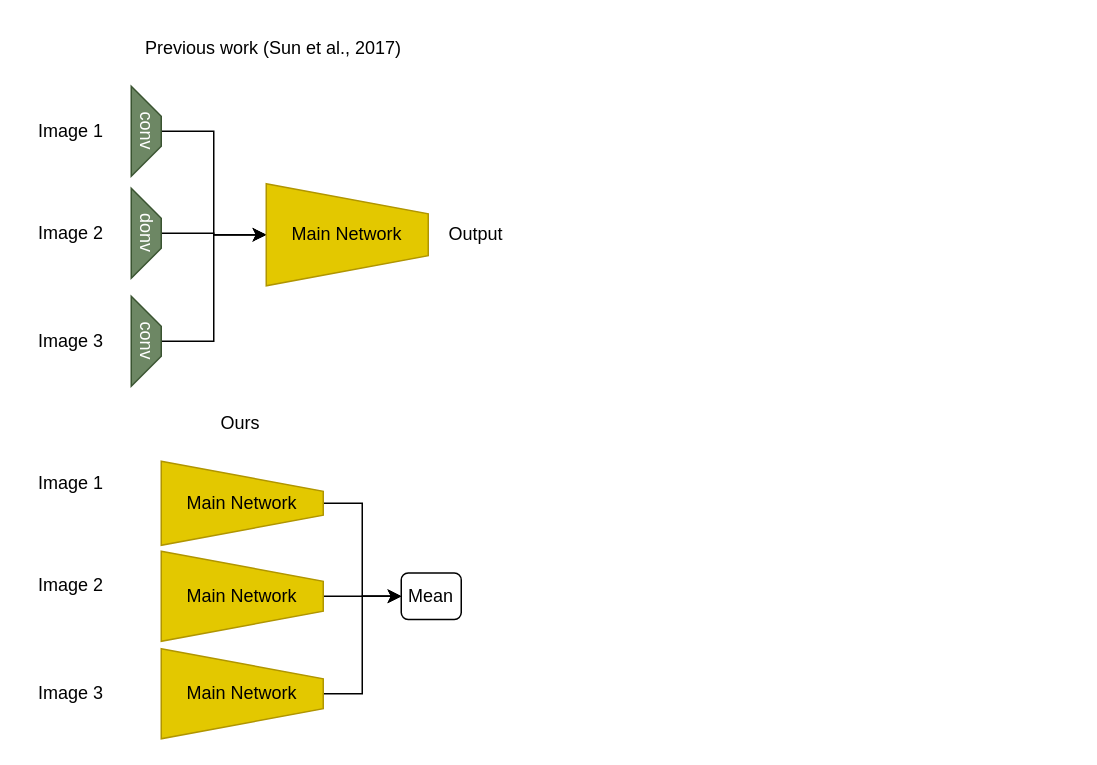
This is mutliimage.drawio from weathon/3d2smile, a draw.io file, before an edit. Source tidied: cells renumbered, new cells numbered last; positions are measured from the earlier drawing's top-left corner, leaving out a move shared by most shapes. Both pictures are drawn from the tidied source at 150%, with x=0, y=0 at pixel (26, 26).
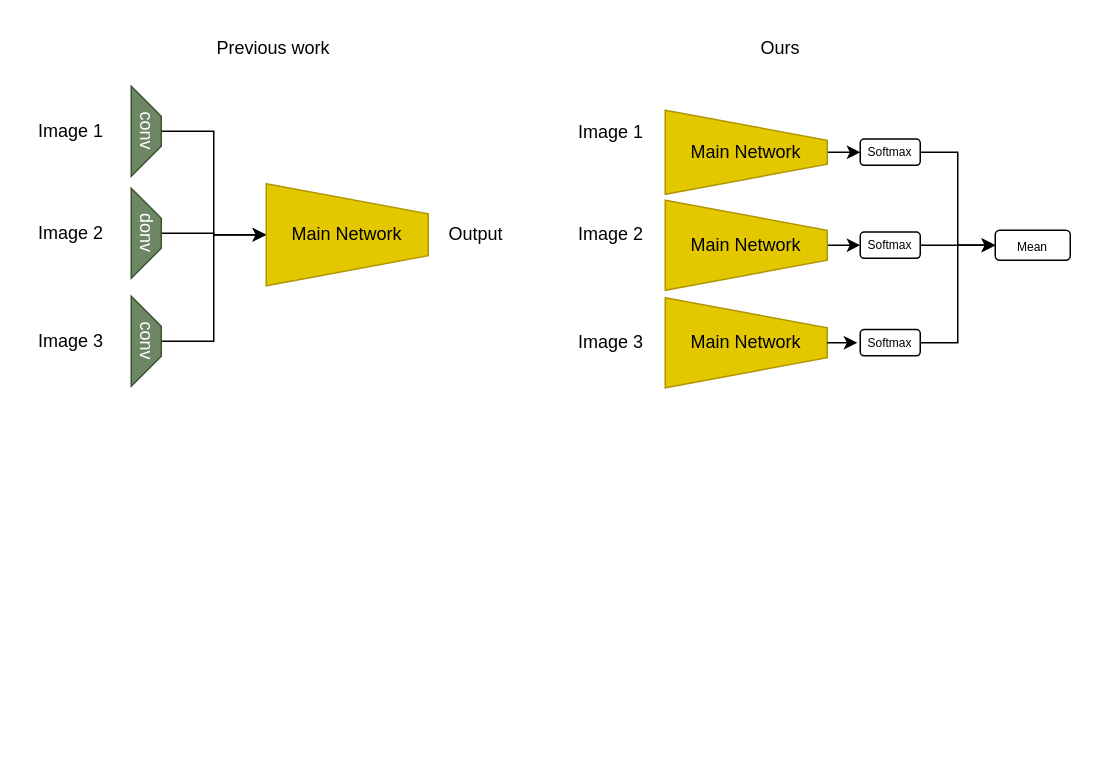
After the change.

Diff of the diagram source:
```diff
@@
     <mxCell id="13" value="Ours" style="text;html=1;align=center;verticalAlign=middle;whiteSpace=wrap;rounded=0;" parent="1" vertex="1">
-      <mxGeometry x="38" y="250" width="210" height="30" as="geometry" />
+      <mxGeometry x="398" width="210" height="30" as="geometry" />
     </mxCell>
-    <mxCell id="14" value="Previous work (Sun et al., 2017)" style="text;html=1;align=center;verticalAlign=middle;whiteSpace=wrap;rounded=0;" parent="1" vertex="1">
+    <mxCell id="14" value="Previous work" style="text;html=1;align=center;verticalAlign=middle;whiteSpace=wrap;rounded=0;" parent="1" vertex="1">
       <mxGeometry x="60" width="210" height="30" as="geometry" />
     </mxCell>
-    <mxCell id="15" style="edgeStyle=orthogonalEdgeStyle;rounded=0;jettySize=auto;html=1;entryX=0;entryY=0.5;entryDx=0;entryDy=0;" parent="1" edge="1" source="16" target="24">
-      <mxGeometry relative="1" as="geometry" />
-    </mxCell>
     <mxCell id="16" value="Main Network" style="shape=trapezoid;perimeter=trapezoidPerimeter;whiteSpace=wrap;html=1;fixedSize=1;rotation=90;horizontal=0;fillColor=#e3c800;fontColor=#000000;strokeColor=#B09500;" parent="1" vertex="1">
-      <mxGeometry x="114" y="391" width="60" height="108" as="geometry" />
+      <mxGeometry x="450" y="157" width="60" height="108" as="geometry" />
     </mxCell>
     <mxCell id="17" value="Image 1" style="text;html=1;align=center;verticalAlign=middle;whiteSpace=wrap;rounded=0;" parent="1" vertex="1">
-      <mxGeometry y="290" width="60" height="30" as="geometry" />
+      <mxGeometry x="360" y="56" width="60" height="30" as="geometry" />
     </mxCell>
     <mxCell id="18" value="Image 2" style="text;html=1;align=center;verticalAlign=middle;whiteSpace=wrap;rounded=0;" parent="1" vertex="1">
-      <mxGeometry y="358" width="60" height="30" as="geometry" />
+      <mxGeometry x="360" y="124" width="60" height="30" as="geometry" />
     </mxCell>
     <mxCell id="19" value="Image 3" style="text;html=1;align=center;verticalAlign=middle;whiteSpace=wrap;rounded=0;" parent="1" vertex="1">
-      <mxGeometry y="430" width="60" height="30" as="geometry" />
+      <mxGeometry x="360" y="196" width="60" height="30" as="geometry" />
     </mxCell>
-    <mxCell id="20" style="edgeStyle=orthogonalEdgeStyle;rounded=0;jettySize=auto;html=1;entryX=0;entryY=0.5;entryDx=0;entryDy=0;" parent="1" edge="1" source="21" target="24">
-      <mxGeometry relative="1" as="geometry" />
-    </mxCell>
+    <mxCell id="25" style="edgeStyle=orthogonalEdgeStyle;rounded=0;jettySize=auto;html=1;entryX=0;entryY=0.5;entryDx=0;entryDy=0;" parent="1" edge="1" source="21" target="28">
+      <mxGeometry relative="1" as="geometry" />
+    </mxCell>
     <mxCell id="21" value="Main Network" style="shape=trapezoid;perimeter=trapezoidPerimeter;whiteSpace=wrap;html=1;fixedSize=1;rotation=90;horizontal=0;fillColor=#e3c800;fontColor=#000000;strokeColor=#B09500;" parent="1" vertex="1">
-      <mxGeometry x="114" y="326" width="60" height="108" as="geometry" />
+      <mxGeometry x="450" y="92" width="60" height="108" as="geometry" />
     </mxCell>
-    <mxCell id="22" style="edgeStyle=orthogonalEdgeStyle;rounded=0;jettySize=auto;html=1;entryX=0;entryY=0.5;entryDx=0;entryDy=0;" parent="1" edge="1" source="23" target="24">
+    <mxCell id="22" style="edgeStyle=orthogonalEdgeStyle;rounded=0;jettySize=auto;html=1;" parent="1" edge="1" source="23" target="24">
       <mxGeometry relative="1" as="geometry" />
     </mxCell>
     <mxCell id="23" value="Main Network" style="shape=trapezoid;perimeter=trapezoidPerimeter;whiteSpace=wrap;html=1;fixedSize=1;rotation=90;horizontal=0;fillColor=#e3c800;fontColor=#000000;strokeColor=#B09500;" parent="1" vertex="1">
-      <mxGeometry x="116" y="264" width="56" height="108" as="geometry" />
+      <mxGeometry x="452" y="30" width="56" height="108" as="geometry" />
     </mxCell>
+    <mxCell id="26" style="edgeStyle=orthogonalEdgeStyle;rounded=0;jettySize=auto;html=1;entryX=0;entryY=0.5;entryDx=0;entryDy=0;" parent="1" edge="1" source="24" target="32">
+      <mxGeometry relative="1" as="geometry" />
+    </mxCell>
-    <mxCell id="24" value="Mean" style="rounded=1;whiteSpace=wrap;html=1;" parent="1" vertex="1">
-      <mxGeometry x="250" y="364.5" width="40" height="31" as="geometry" />
+    <mxCell id="24" value="Softmax" style="rounded=1;whiteSpace=wrap;html=1;fontSize=8;" parent="1" vertex="1">
+      <mxGeometry x="556" y="75.2" width="40" height="17.5" as="geometry" />
     </mxCell>
+    <mxCell id="27" style="edgeStyle=orthogonalEdgeStyle;rounded=0;jettySize=auto;html=1;" parent="1" edge="1" source="28">
+      <mxGeometry relative="1" as="geometry">
+        <mxPoint x="646" y="146" as="targetPoint" />
+        <Array as="points">
+          <mxPoint x="636" y="146" />
+          <mxPoint x="636" y="146" />
+        </Array>
+      </mxGeometry>
+    </mxCell>
+    <mxCell id="28" value="Softmax" style="rounded=1;whiteSpace=wrap;html=1;fontSize=8;" parent="1" vertex="1">
+      <mxGeometry x="556" y="137.2" width="40" height="17.5" as="geometry" />
+    </mxCell>
+    <mxCell id="29" style="edgeStyle=orthogonalEdgeStyle;rounded=0;jettySize=auto;html=1;entryX=0;entryY=0.5;entryDx=0;entryDy=0;" parent="1" edge="1" source="30" target="32">
+      <mxGeometry relative="1" as="geometry" />
+    </mxCell>
+    <mxCell id="30" value="Softmax" style="rounded=1;whiteSpace=wrap;html=1;fontSize=8;" parent="1" vertex="1">
+      <mxGeometry x="556" y="202.2" width="40" height="17.5" as="geometry" />
+    </mxCell>
+    <mxCell id="31" style="edgeStyle=orthogonalEdgeStyle;rounded=0;jettySize=auto;html=1;entryX=-0.062;entryY=0.517;entryDx=0;entryDy=0;entryPerimeter=0;" parent="1" edge="1" source="16" target="30">
+      <mxGeometry relative="1" as="geometry" />
+    </mxCell>
+    <mxCell id="32" value="&lt;font style=&quot;font-size: 8px;&quot;&gt;Mean&lt;/font&gt;" style="rounded=1;whiteSpace=wrap;html=1;" parent="1" vertex="1">
+      <mxGeometry x="646" y="136" width="50" height="20" as="geometry" />
+    </mxCell>
```
